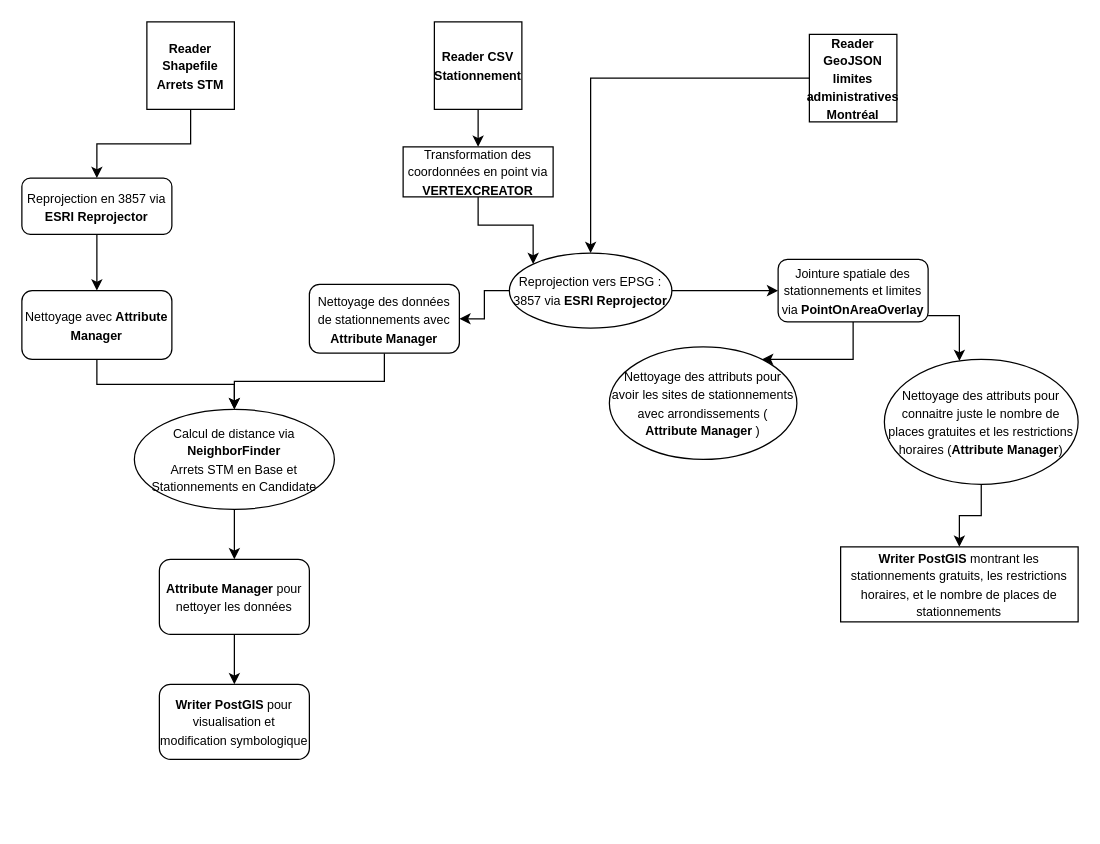
Before: TP2/Schéma/Untitled Diagram.drawio in Lorry139/geo7630h25, a draw.io diagram. Source tidied: cells renumbered, new cells numbered last; positions are measured from the earlier drawing's top-left corner, leaving out a move shared by most shapes. Both pictures are drawn from the tidied source at 125%, with x=0, y=0 at pixel (21, 21).
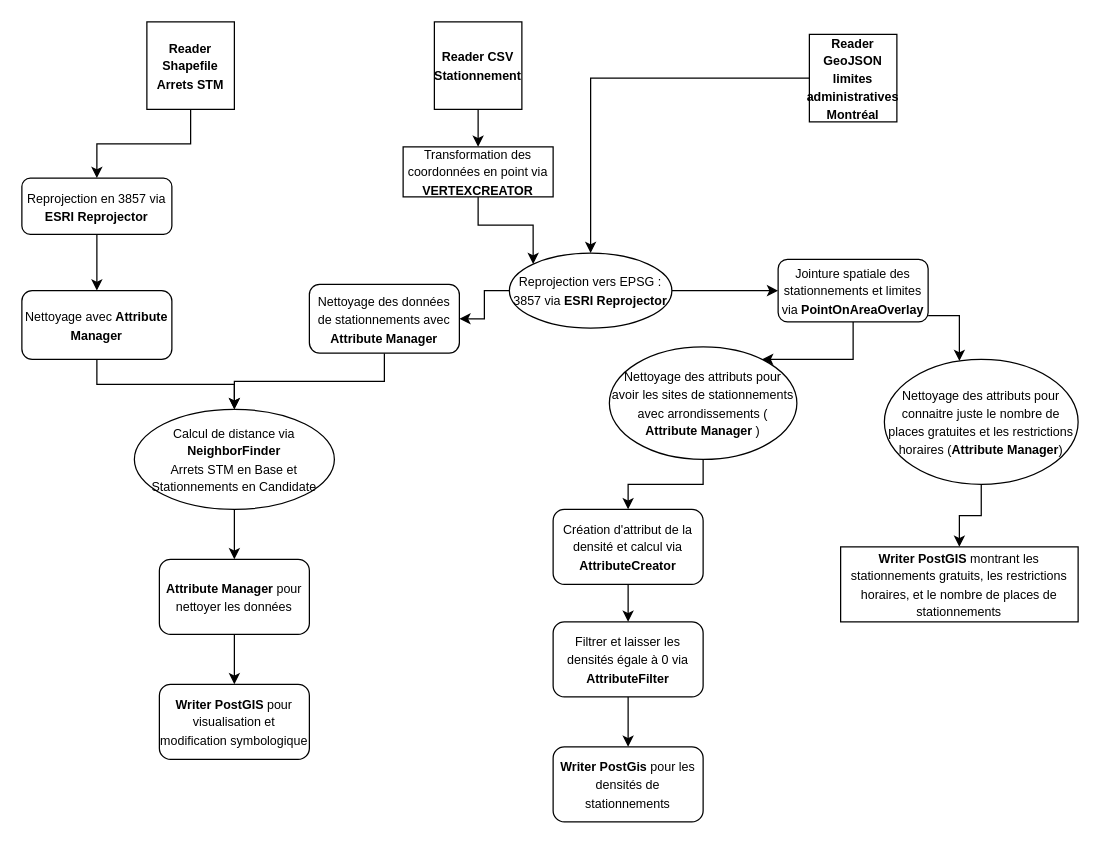
The same diagram, later.

The change refers to these unchanged cells:
```xml
<mxCell id="17" value="&lt;font style=&quot;font-size: 10px;&quot;&gt;Nettoyage des attributs pour avoir les sites de stationnements avec arrondissements ( &lt;b&gt;Attribute Manager&lt;/b&gt; )&lt;/font&gt;" style="ellipse;whiteSpace=wrap;html=1;rotation=0;" parent="1" vertex="1">
  <mxGeometry x="470" y="260" width="150" height="90" as="geometry" />
</mxCell>
```

Diff of the diagram source:
```diff
@@
+    <mxCell id="32" style="edgeStyle=orthogonalEdgeStyle;rounded=0;jettySize=auto;html=1;" parent="1" edge="1" source="17" target="34">
+      <mxGeometry relative="1" as="geometry" />
+    </mxCell>
@@
+    <mxCell id="33" style="edgeStyle=orthogonalEdgeStyle;rounded=0;jettySize=auto;html=1;" parent="1" edge="1" source="34" target="36">
+      <mxGeometry relative="1" as="geometry" />
+    </mxCell>
+    <mxCell id="34" value="&lt;font style=&quot;font-size: 10px;&quot;&gt;Création d'attribut de la densité et calcul via &lt;b&gt;AttributeCreator&lt;/b&gt;&lt;/font&gt;" style="rounded=1;whiteSpace=wrap;html=1;" parent="1" vertex="1">
+      <mxGeometry x="425" y="390" width="120" height="60" as="geometry" />
+    </mxCell>
+    <mxCell id="35" style="edgeStyle=orthogonalEdgeStyle;rounded=0;jettySize=auto;html=1;" parent="1" edge="1" source="36" target="37">
+      <mxGeometry relative="1" as="geometry" />
+    </mxCell>
+    <mxCell id="36" value="&lt;font style=&quot;font-size: 10px;&quot;&gt;Filtrer et laisser les densités égale à 0 via &lt;b&gt;AttributeFilter&lt;/b&gt;&lt;/font&gt;" style="whiteSpace=wrap;html=1;rounded=1;" parent="1" vertex="1">
+      <mxGeometry x="425" y="480" width="120" height="60" as="geometry" />
+    </mxCell>
+    <mxCell id="37" value="&lt;font style=&quot;font-size: 10px;&quot;&gt;&lt;b&gt;Writer PostGis&lt;/b&gt; pour les densités de stationnements&lt;/font&gt;" style="whiteSpace=wrap;html=1;rounded=1;" parent="1" vertex="1">
+      <mxGeometry x="425" y="580" width="120" height="60" as="geometry" />
+    </mxCell>
```
